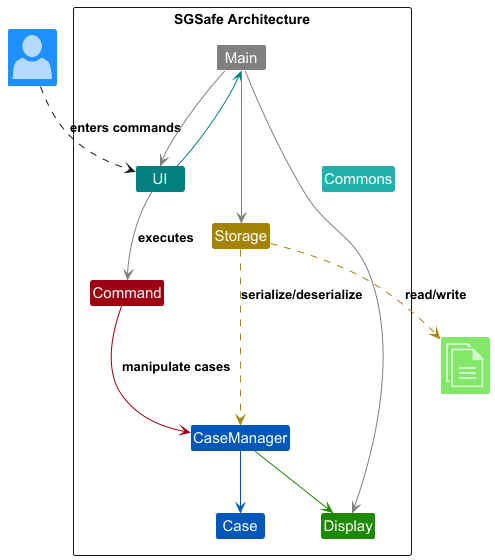
Before: docs/images/ArchitectureDiagramOverall.png, a diagram exported from PlantUML (zhengjie2002/tp). Source of this version:
```plantuml
@startuml
!include <office/Concepts/globe_internet>
!include <office/Concepts/documents>
!include <office/Users/user>
!include ../style.puml

package "SGSafe Architecture" <<Rectangle>> {
    class Display DISPLAY_COLOR
    class UI PARSER_COLOR
    class Storage STORAGE_COLOR
    class CaseManager MODEL_COLOR
    class Case MODEL_COLOR
    class Command COMMAND_COLOR
    class Main #grey
    class Commons PARSER_COLOR_T2
}

class "<$user>" as User MODEL_COLOR_T2
class "<$documents>" as File DISPLAY_COLOR_T1

User ..> UI : enters commands
CaseManager -[DISPLAY_COLOR]-> Display

UI -[PARSER_COLOR]-> Main
CaseManager -[MODEL_COLOR]-> Case

Command -[COMMAND_COLOR]-> CaseManager : manipulate cases

Main -[#grey]-> Display
Main -[#grey]-> Storage

Main -[#grey]-> UI
UI -[#grey]-> Command : executes
Main -[hidden]-> Commons



Storage -[STORAGE_COLOR].> CaseManager : serialize/deserialize
Storage .[STORAGE_COLOR].> File : read/write

@enduml
```
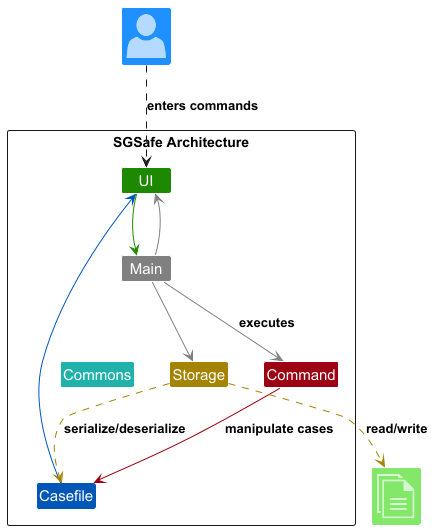
Above is the later version.

Commit message:
Edit architecture and overall sequence diagram

Diff of the diagram source:
```diff
@@ -5,37 +5,31 @@
 !include ../style.puml
 
 package "SGSafe Architecture" <<Rectangle>> {
-    class Display DISPLAY_COLOR
-    class UI PARSER_COLOR
+    class UI UI_COLOR
     class Storage STORAGE_COLOR
-    class CaseManager MODEL_COLOR
-    class Case MODEL_COLOR
+    class Casefile CASEFILE_COLOR
     class Command COMMAND_COLOR
     class Main #grey
-    class Commons PARSER_COLOR_T2
+    class Commons COMMON_COLOR_T2
 }
 
-class "<$user>" as User MODEL_COLOR_T2
-class "<$documents>" as File DISPLAY_COLOR_T1
+class "<$user>" as User CASEFILE_COLOR_T2
+class "<$documents>" as File UI_COLOR_T1
 
 User ..> UI : enters commands
-CaseManager -[DISPLAY_COLOR]-> Display
+Casefile -[CASEFILE_COLOR]-> UI
 
-UI -[PARSER_COLOR]-> Main
-CaseManager -[MODEL_COLOR]-> Case
+UI -[UI_COLOR]-> Main
 
-Command -[COMMAND_COLOR]-> CaseManager : manipulate cases
+Command -[COMMAND_COLOR]-> Casefile : manipulate cases
 
-Main -[#grey]-> Display
 Main -[#grey]-> Storage
 
 Main -[#grey]-> UI
-UI -[#grey]-> Command : executes
+Main -[#grey]-> Command : executes
 Main -[hidden]-> Commons
 
-
-
-Storage -[STORAGE_COLOR].> CaseManager : serialize/deserialize
+Storage -[STORAGE_COLOR].> Casefile : serialize/deserialize
 Storage .[STORAGE_COLOR].> File : read/write
 
 @enduml
```
